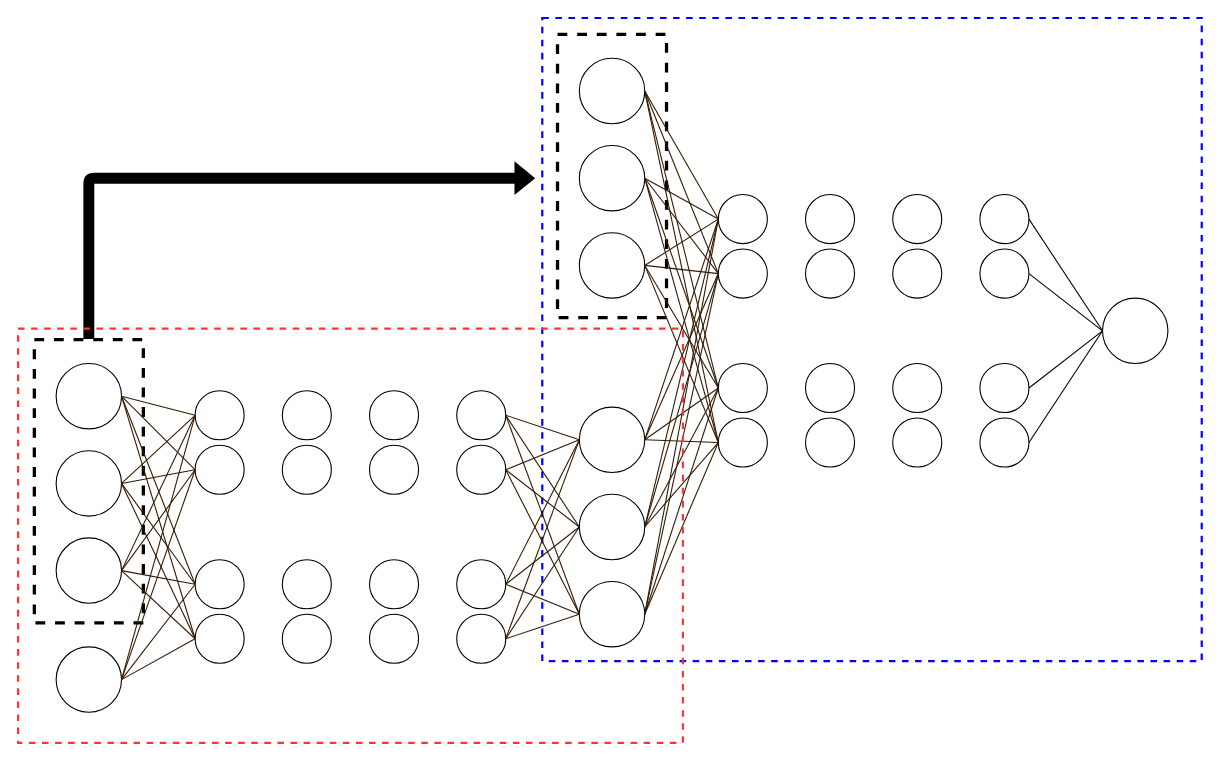
Before: FDTD/tandem_network_without_text.drawio in KuroiGengetsu/GraduateYearOne, a draw.io diagram. Source tidied: cells renumbered, new cells numbered last; positions are measured from the earlier drawing's top-left corner, leaving out a move shared by most shapes. Both pictures are drawn from the tidied source at 109%, with x=0, y=0 at pixel (17, 17).
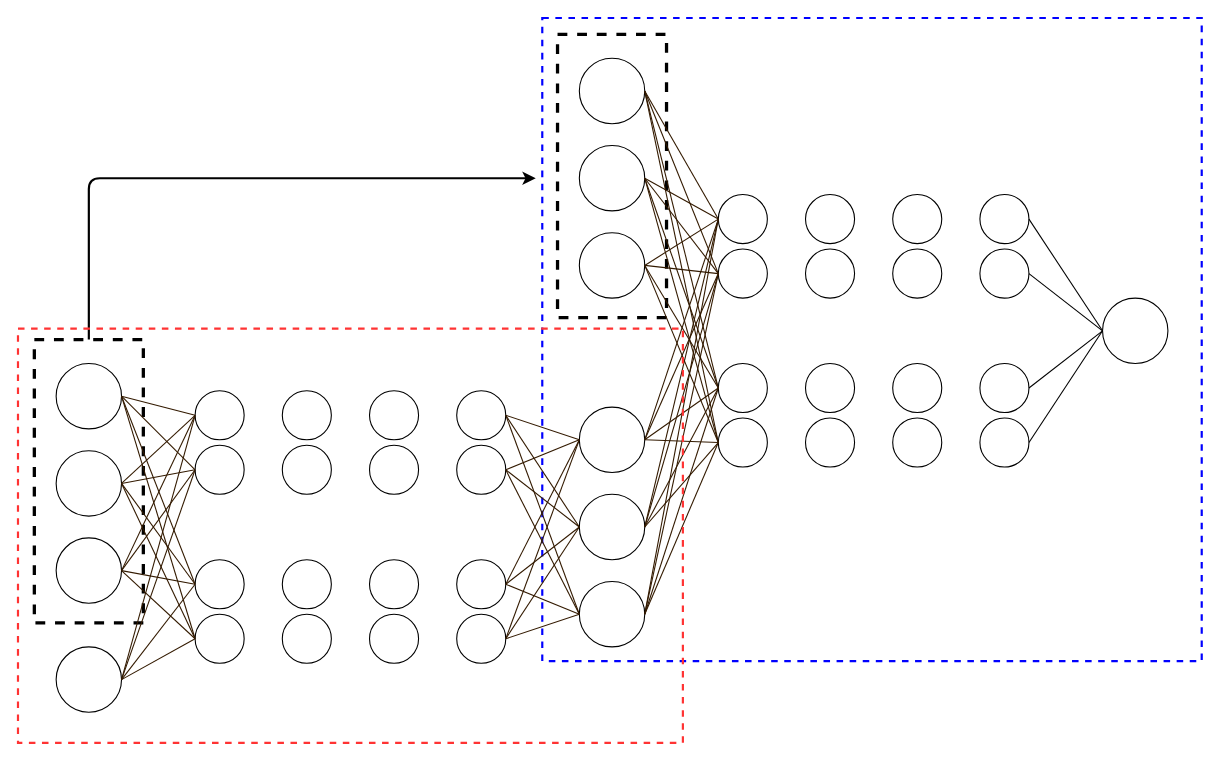
Above is the later version.

The change refers to these unchanged cells:
```xml
<mxCell id="14" style="rounded=0;whiteSpace=wrap;html=1;gradientColor=none;fillColor=none;dashed=1;strokeWidth=3;" parent="1" vertex="1">
  <mxGeometry x="15" y="295" width="100" height="260" as="geometry" />
</mxCell>
```

The edit, as a diff of the source:
```diff
@@
-    <mxCell id="13" style="edgeStyle=orthogonalEdgeStyle;endArrow=classic;html=1;exitX=0.5;exitY=0;exitDx=0;exitDy=0;rounded=1;shape=flexArrow;strokeColor=none;fillColor=#000000;" parent="1" edge="1" source="14">
+    <mxCell id="13" style="edgeStyle=orthogonalEdgeStyle;endArrow=classic;html=1;exitX=0.5;exitY=0;exitDx=0;exitDy=0;rounded=1;strokeWidth=2;" parent="1" edge="1" source="14">
       <mxGeometry relative="1" as="geometry">
         <mxPoint x="475" y="147" as="targetPoint" />
         <Array as="points">
           <mxPoint x="65" y="147" />
         </Array>
       </mxGeometry>
     </mxCell>
```
